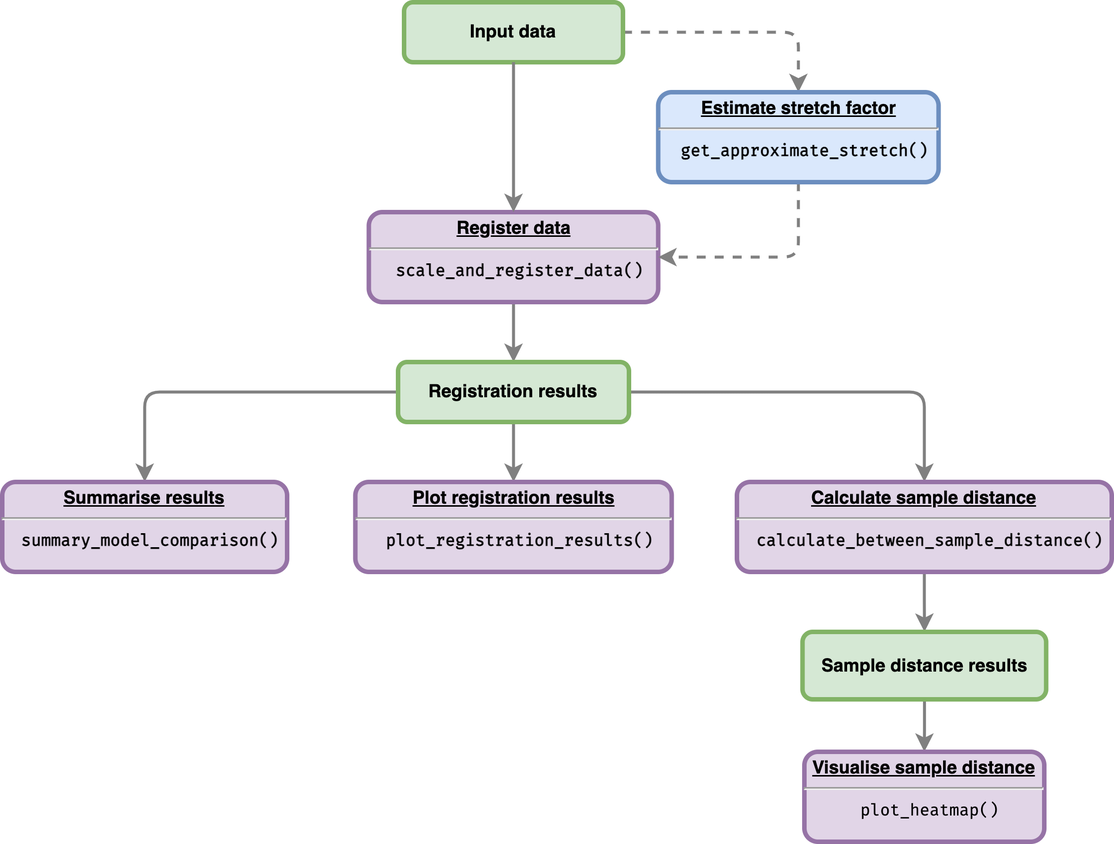
cran/greatR keeps this draw.io diagram as man/figures/greatR_workflow.png. Above is the earlier version. Source tidied: cells renumbered, new cells last; positions are measured from the earlier drawing's top-left corner, leaving out a move shared by most shapes.
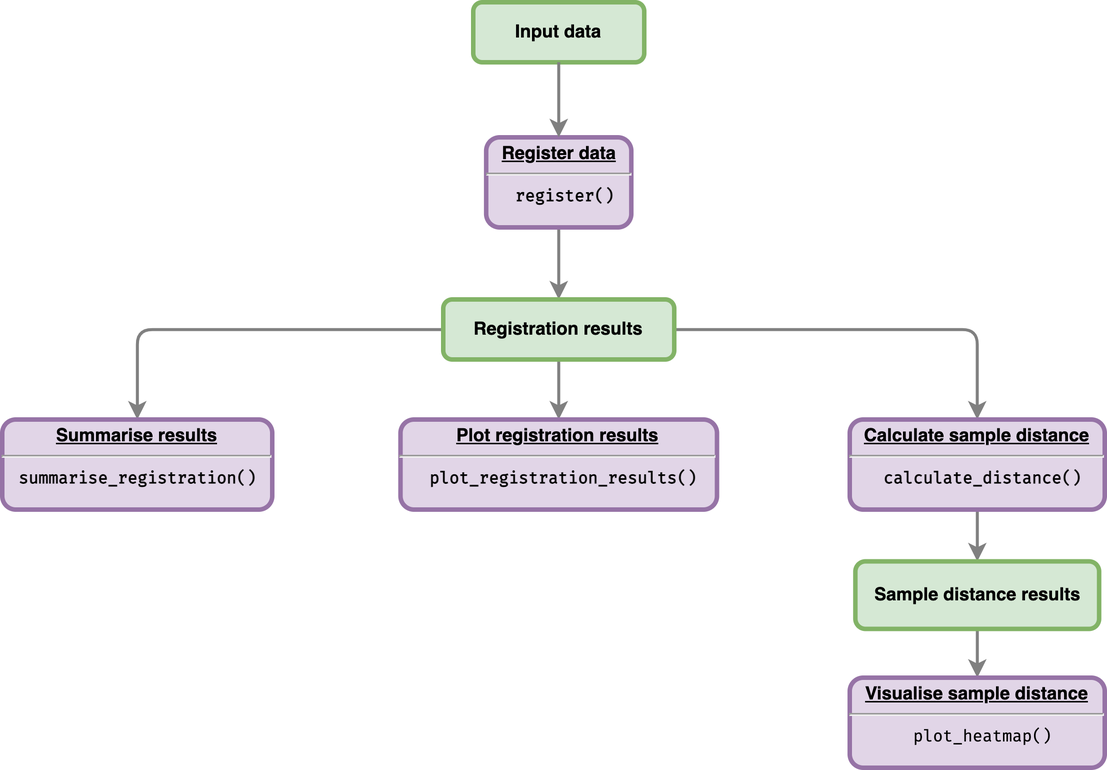
The same file after the commit.

Diff of the diagram source:
```diff
@@ -2,62 +2,53 @@
   <root>
     <mxCell id="0" />
     <mxCell id="1" parent="0" />
-    <mxCell id="2" style="edgeStyle=orthogonalEdgeStyle;rounded=0;jettySize=auto;html=1;strokeColor=#808080;strokeWidth=2;" parent="1" edge="1" source="3" target="13">
-      <mxGeometry relative="1" as="geometry" />
-    </mxCell>
-    <mxCell id="3" value="&lt;p style=&quot;margin: 0px ; margin-top: 4px ; text-align: center ; text-decoration: underline&quot;&gt;&lt;strong&gt;Register data&lt;/strong&gt;&lt;/p&gt;&lt;hr&gt;&lt;p style=&quot;margin: 0px ; margin-left: 8px&quot;&gt;&lt;font face=&quot;Fira Code&quot; style=&quot;font-size: 11px&quot;&gt;scale_and_register_data()&lt;/font&gt;&lt;br&gt;&lt;/p&gt;" style="verticalAlign=middle;align=center;overflow=fill;fontSize=12;fontFamily=Helvetica;html=1;rounded=1;fontStyle=1;strokeWidth=3;fillColor=#e1d5e7;strokeColor=#9673a6;" parent="1" vertex="1">
-      <mxGeometry x="244.5" y="140" width="193" height="60" as="geometry" />
+    <mxCell id="3" style="edgeStyle=orthogonalEdgeStyle;rounded=0;jettySize=auto;html=1;strokeColor=#808080;strokeWidth=2;" parent="1" edge="1" source="5" target="13">
+      <mxGeometry relative="1" as="geometry" />
     </mxCell>
-    <mxCell id="4" style="edgeStyle=orthogonalEdgeStyle;jettySize=auto;html=1;exitX=1;exitY=0.5;exitDx=0;exitDy=0;entryX=0.5;entryY=0;entryDx=0;entryDy=0;strokeColor=#808080;strokeWidth=2;dashed=1;rounded=1;" parent="1" edge="1" source="5" target="9">
-      <mxGeometry relative="1" as="geometry" />
-    </mxCell>
-    <mxCell id="5" value="Input data" style="whiteSpace=wrap;align=center;verticalAlign=middle;fontStyle=1;strokeWidth=3;fillColor=#d5e8d4;strokeColor=#82b366;rounded=1;" parent="1" vertex="1">
-      <mxGeometry x="268" width="146" height="40" as="geometry" />
+    <mxCell id="5" value="&lt;p style=&quot;margin: 0px ; margin-top: 4px ; text-align: center ; text-decoration: underline&quot;&gt;&lt;strong&gt;Register data&lt;/strong&gt;&lt;/p&gt;&lt;hr&gt;&lt;p style=&quot;margin: 0px ; margin-left: 8px&quot;&gt;&lt;font face=&quot;Fira Code&quot; style=&quot;font-size: 11px&quot;&gt;register(&lt;/font&gt;&lt;span style=&quot;font-size: 11px; font-family: &amp;quot;Fira Code&amp;quot;; background-color: initial;&quot;&gt;)&lt;/span&gt;&lt;/p&gt;" style="verticalAlign=middle;align=center;overflow=fill;fontSize=12;fontFamily=Helvetica;html=1;rounded=1;fontStyle=1;strokeWidth=3;fillColor=#e1d5e7;strokeColor=#9673a6;" parent="1" vertex="1">
+      <mxGeometry x="282.6" y="100" width="96.8" height="60" as="geometry" />
     </mxCell>
-    <mxCell id="6" style="edgeStyle=none;noEdgeStyle=1;strokeColor=#808080;strokeWidth=2;" parent="1" edge="1" source="5" target="3">
-      <mxGeometry relative="1" as="geometry" />
-    </mxCell>
-    <mxCell id="7" style="edgeStyle=orthogonalEdgeStyle;rounded=0;orthogonalLoop=1;jettySize=auto;html=1;exitX=0.5;exitY=1;exitDx=0;exitDy=0;" parent="1" edge="1" source="3" target="3">
-      <mxGeometry relative="1" as="geometry" />
-    </mxCell>
-    <mxCell id="8" style="edgeStyle=orthogonalEdgeStyle;rounded=1;jettySize=auto;html=1;exitX=0.5;exitY=1;exitDx=0;exitDy=0;entryX=1;entryY=0.5;entryDx=0;entryDy=0;dashed=1;strokeColor=#808080;strokeWidth=2;" parent="1" edge="1" source="9" target="3">
-      <mxGeometry relative="1" as="geometry" />
-    </mxCell>
-    <mxCell id="9" value="&lt;p style=&quot;margin: 0px ; margin-top: 4px ; text-align: center ; text-decoration: underline&quot;&gt;&lt;strong&gt;Estimate stretch factor&lt;/strong&gt;&lt;/p&gt;&lt;hr&gt;&lt;p style=&quot;margin: 0px ; margin-left: 8px&quot;&gt;&lt;font face=&quot;Fira Code&quot; style=&quot;font-size: 11px&quot;&gt;get_approximate_stretch()&lt;/font&gt;&lt;br&gt;&lt;/p&gt;" style="verticalAlign=middle;align=center;overflow=fill;fontSize=12;fontFamily=Helvetica;html=1;rounded=1;fontStyle=1;strokeWidth=3;fillColor=#dae8fc;strokeColor=#6c8ebf;" parent="1" vertex="1">
-      <mxGeometry x="437.5" y="60" width="187" height="60" as="geometry" />
-    </mxCell>
-    <mxCell id="10" style="edgeStyle=orthogonalEdgeStyle;rounded=1;jettySize=auto;html=1;strokeColor=#808080;strokeWidth=2;" parent="1" edge="1" source="13" target="14">
-      <mxGeometry relative="1" as="geometry" />
-    </mxCell>
+    <mxCell id="21" value="Input data" style="whiteSpace=wrap;align=center;verticalAlign=middle;fontStyle=1;strokeWidth=3;fillColor=#d5e8d4;strokeColor=#82b366;rounded=1;" parent="1" vertex="1">
+      <mxGeometry x="274" y="10" width="114" height="40" as="geometry" />
+    </mxCell>
+    <mxCell id="22" style="edgeStyle=none;noEdgeStyle=1;strokeColor=#808080;strokeWidth=2;" parent="1" edge="1" source="21" target="5">
+      <mxGeometry relative="1" as="geometry" />
+    </mxCell>
+    <mxCell id="23" style="edgeStyle=orthogonalEdgeStyle;rounded=0;orthogonalLoop=1;jettySize=auto;html=1;exitX=0.5;exitY=1;exitDx=0;exitDy=0;" parent="1" edge="1" source="5" target="5">
+      <mxGeometry relative="1" as="geometry" />
+    </mxCell>
+    <mxCell id="24" style="edgeStyle=orthogonalEdgeStyle;rounded=1;jettySize=auto;html=1;strokeColor=#808080;strokeWidth=2;" parent="1" edge="1" source="13" target="26">
+      <mxGeometry relative="1" as="geometry" />
+    </mxCell>
     <mxCell id="11" style="edgeStyle=orthogonalEdgeStyle;rounded=0;jettySize=auto;html=1;entryX=0.5;entryY=0;entryDx=0;entryDy=0;strokeColor=#808080;strokeWidth=2;" parent="1" edge="1" source="13" target="15">
       <mxGeometry relative="1" as="geometry" />
     </mxCell>
-    <mxCell id="12" style="edgeStyle=orthogonalEdgeStyle;rounded=1;jettySize=auto;html=1;entryX=0.5;entryY=0;entryDx=0;entryDy=0;strokeColor=#808080;strokeWidth=2;" parent="1" edge="1" source="13" target="17">
-      <mxGeometry relative="1" as="geometry" />
-    </mxCell>
+    <mxCell id="25" style="edgeStyle=orthogonalEdgeStyle;rounded=1;jettySize=auto;html=1;entryX=0.5;entryY=0;entryDx=0;entryDy=0;strokeColor=#808080;strokeWidth=2;" parent="1" edge="1" source="13" target="28">
+      <mxGeometry relative="1" as="geometry" />
+    </mxCell>
     <mxCell id="13" value="Registration results" style="whiteSpace=wrap;align=center;verticalAlign=middle;fontStyle=1;strokeWidth=3;fillColor=#d5e8d4;strokeColor=#82b366;rounded=1;" parent="1" vertex="1">
-      <mxGeometry x="264" y="240" width="154" height="40" as="geometry" />
+      <mxGeometry x="254" y="208" width="154" height="40" as="geometry" />
     </mxCell>
-    <mxCell id="14" value="&lt;p style=&quot;margin: 0px ; margin-top: 4px ; text-align: center ; text-decoration: underline&quot;&gt;Summarise results&lt;/p&gt;&lt;hr&gt;&lt;p style=&quot;margin: 0px ; margin-left: 8px&quot;&gt;&lt;font face=&quot;Fira Code&quot; style=&quot;font-size: 11px&quot;&gt;summary_model_comparison()&lt;/font&gt;&lt;br&gt;&lt;/p&gt;" style="verticalAlign=middle;align=center;overflow=fill;fontSize=12;fontFamily=Helvetica;html=1;rounded=1;fontStyle=1;strokeWidth=3;fillColor=#e1d5e7;strokeColor=#9673a6;" parent="1" vertex="1">
-      <mxGeometry y="320" width="190" height="60" as="geometry" />
-    </mxCell>
+    <mxCell id="26" value="&lt;p style=&quot;margin: 0px ; margin-top: 4px ; text-align: center ; text-decoration: underline&quot;&gt;Summarise results&lt;/p&gt;&lt;hr&gt;&lt;p style=&quot;margin: 0px ; margin-left: 8px&quot;&gt;&lt;font face=&quot;Fira Code&quot; style=&quot;font-size: 11px&quot;&gt;summarise_registration()&amp;nbsp;&lt;/font&gt;&lt;br&gt;&lt;/p&gt;" style="verticalAlign=middle;align=center;overflow=fill;fontSize=12;fontFamily=Helvetica;html=1;rounded=1;fontStyle=1;strokeWidth=3;fillColor=#e1d5e7;strokeColor=#9673a6;" parent="1" vertex="1">
+      <mxGeometry x="-40" y="288" width="180" height="60" as="geometry" />
+    </mxCell>
     <mxCell id="15" value="&lt;p style=&quot;margin: 0px ; margin-top: 4px ; text-align: center ; text-decoration: underline&quot;&gt;&lt;strong&gt;Plot registration results&lt;/strong&gt;&lt;/p&gt;&lt;hr&gt;&lt;p style=&quot;margin: 0px ; margin-left: 8px&quot;&gt;&lt;font face=&quot;Fira Code&quot; style=&quot;font-size: 11px&quot;&gt;plot_registration_results()&lt;/font&gt;&lt;br&gt;&lt;/p&gt;" style="verticalAlign=middle;align=center;overflow=fill;fontSize=12;fontFamily=Helvetica;html=1;rounded=1;fontStyle=1;strokeWidth=3;fillColor=#e1d5e7;strokeColor=#9673a6;" parent="1" vertex="1">
-      <mxGeometry x="235.5" y="320" width="211" height="60" as="geometry" />
+      <mxGeometry x="225.5" y="288" width="211" height="60" as="geometry" />
     </mxCell>
-    <mxCell id="16" style="edgeStyle=orthogonalEdgeStyle;rounded=0;jettySize=auto;html=1;strokeColor=#808080;strokeWidth=2;" parent="1" edge="1" source="17" target="19">
-      <mxGeometry relative="1" as="geometry" />
-    </mxCell>
-    <mxCell id="17" value="&lt;p style=&quot;margin: 0px ; margin-top: 4px ; text-align: center ; text-decoration: underline&quot;&gt;&lt;strong&gt;Calculate sample distance&lt;/strong&gt;&lt;/p&gt;&lt;hr&gt;&lt;p style=&quot;margin: 0px ; margin-left: 8px&quot;&gt;&lt;font face=&quot;Fira Code&quot; style=&quot;font-size: 11px&quot;&gt;calculate_between_sample_distance()&lt;/font&gt;&lt;br&gt;&lt;/p&gt;" style="verticalAlign=middle;align=center;overflow=fill;fontSize=12;fontFamily=Helvetica;html=1;rounded=1;fontStyle=1;strokeWidth=3;fillColor=#e1d5e7;strokeColor=#9673a6;" parent="1" vertex="1">
-      <mxGeometry x="490" y="320" width="250" height="60" as="geometry" />
-    </mxCell>
+    <mxCell id="27" style="edgeStyle=orthogonalEdgeStyle;rounded=0;jettySize=auto;html=1;strokeColor=#808080;strokeWidth=2;" parent="1" edge="1" source="28" target="19">
+      <mxGeometry relative="1" as="geometry" />
+    </mxCell>
+    <mxCell id="28" value="&lt;p style=&quot;margin: 0px ; margin-top: 4px ; text-align: center ; text-decoration: underline&quot;&gt;&lt;strong&gt;Calculate sample distance&lt;/strong&gt;&lt;/p&gt;&lt;hr&gt;&lt;p style=&quot;margin: 0px ; margin-left: 8px&quot;&gt;&lt;font face=&quot;Fira Code&quot; style=&quot;font-size: 11px&quot;&gt;calculate_distance()&lt;/font&gt;&lt;br&gt;&lt;/p&gt;" style="verticalAlign=middle;align=center;overflow=fill;fontSize=12;fontFamily=Helvetica;html=1;rounded=1;fontStyle=1;strokeWidth=3;fillColor=#e1d5e7;strokeColor=#9673a6;" parent="1" vertex="1">
+      <mxGeometry x="525" y="288" width="170" height="60" as="geometry" />
+    </mxCell>
     <mxCell id="18" style="edgeStyle=orthogonalEdgeStyle;rounded=0;jettySize=auto;html=1;strokeColor=#808080;strokeWidth=2;" parent="1" edge="1" source="19" target="20">
       <mxGeometry relative="1" as="geometry" />
     </mxCell>
     <mxCell id="19" value="Sample distance results" style="whiteSpace=wrap;align=center;verticalAlign=middle;fontStyle=1;strokeWidth=3;fillColor=#d5e8d4;strokeColor=#82b366;rounded=1;glass=0;" parent="1" vertex="1">
-      <mxGeometry x="533.8" y="420" width="162.5" height="45" as="geometry" />
+      <mxGeometry x="528.8" y="382.5" width="162.5" height="45" as="geometry" />
     </mxCell>
     <mxCell id="20" value="&lt;p style=&quot;margin: 0px ; margin-top: 4px ; text-align: center ; text-decoration: underline&quot;&gt;&lt;strong&gt;Visualise sample distance&lt;/strong&gt;&lt;/p&gt;&lt;hr&gt;&lt;p style=&quot;margin: 0px ; margin-left: 8px&quot;&gt;&lt;span style=&quot;font-weight: normal&quot;&gt;&lt;font face=&quot;Fira Code&quot; style=&quot;font-size: 11px&quot;&gt;plot_heatmap()&lt;/font&gt;&lt;/span&gt;&lt;br&gt;&lt;/p&gt;" style="verticalAlign=middle;align=center;overflow=fill;fontSize=12;fontFamily=Helvetica;html=1;rounded=1;fontStyle=1;strokeWidth=3;fillColor=#e1d5e7;strokeColor=#9673a6;" parent="1" vertex="1">
-      <mxGeometry x="535" y="500" width="160" height="60" as="geometry" />
+      <mxGeometry x="525" y="460" width="170" height="60" as="geometry" />
     </mxCell>
   </root>
 </mxGraphModel>
```
